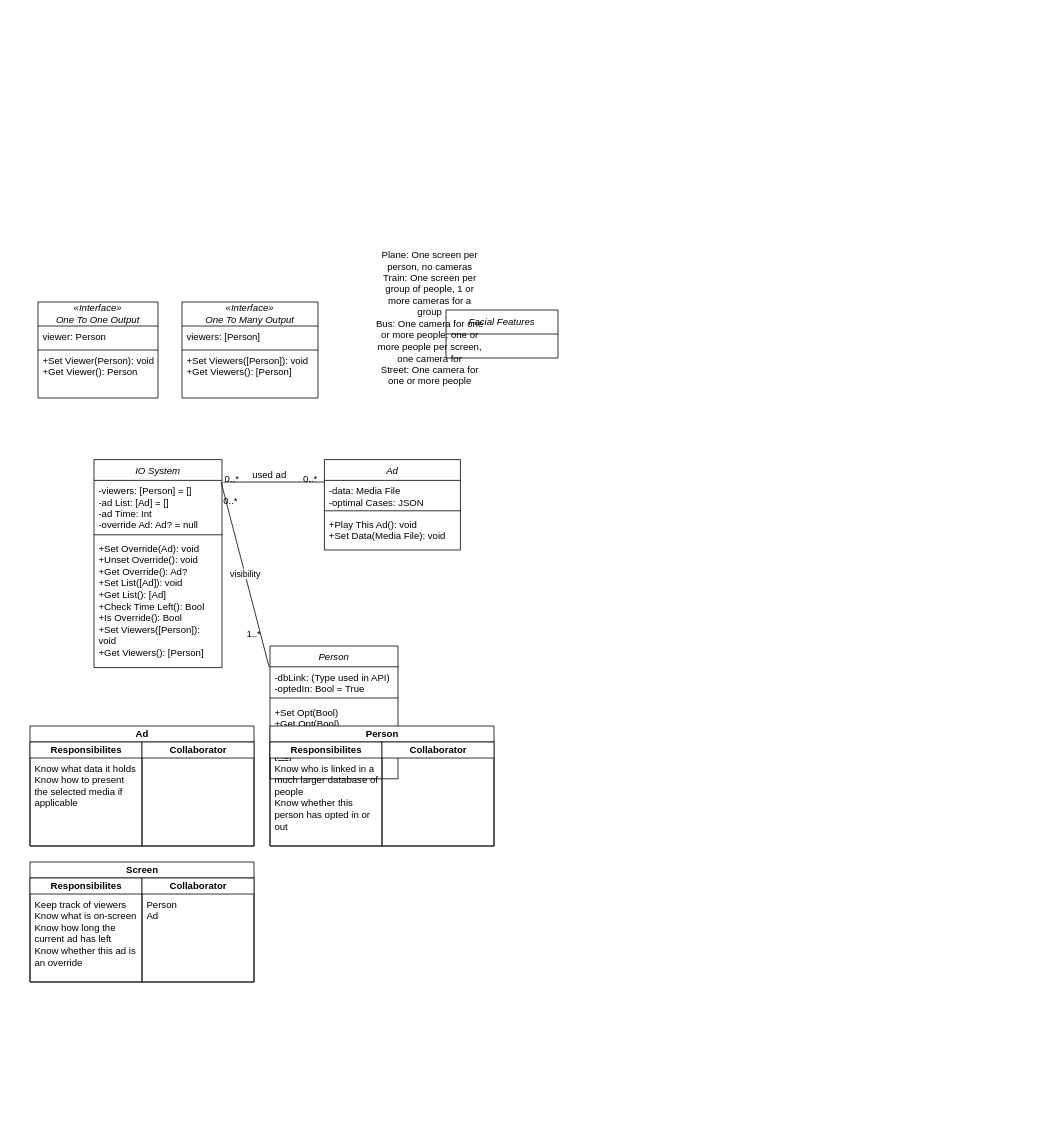
pseud0n/sepp-diagrams keeps this draw.io diagram as page "Page-1" (1 of 2) of class-diagram.drawio. Above is the earlier version. Source tidied: cells renumbered, new cells numbered last; positions are measured from the earlier drawing's top-left corner, leaving out a move shared by most shapes. Both pictures are drawn from the tidied source at 80%, with x=0, y=0 at pixel (30, 254).
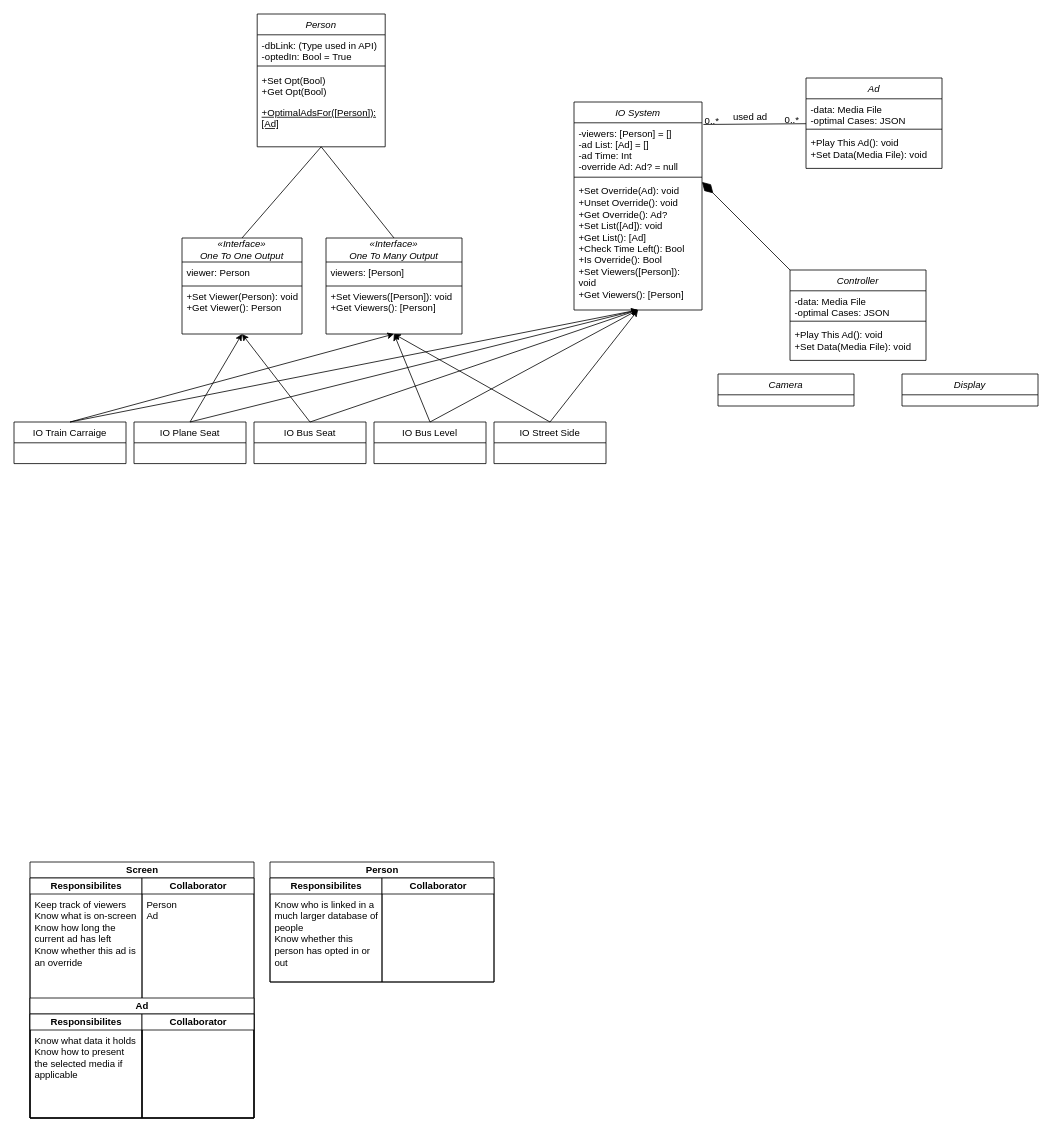
After the change.

Unchanged cells that the change refers to:
```xml
<mxCell id="5" value="+Set Override(Ad): void&lt;br&gt;&lt;div&gt;+Unset Override(): void&lt;/div&gt;&lt;div&gt;+Get Override(): Ad?&lt;br&gt;&lt;/div&gt;&lt;div&gt;+Set List([Ad]): void&lt;/div&gt;&lt;div&gt;+Get List(): [Ad]&lt;/div&gt;&lt;div&gt;+Check Time Left(): Bool&lt;/div&gt;&lt;div&gt;+Is Override(): Bool&lt;/div&gt;&lt;div&gt;&lt;div&gt;+Set Viewers([Person]): void&lt;/div&gt;+Get Viewers(): [Person]&lt;/div&gt;" style="text;html=1;strokeColor=none;fillColor=none;align=left;verticalAlign=top;whiteSpace=wrap;rounded=0;spacingLeft=4;spacingRight=4;" parent="2" vertex="1">
  <mxGeometry y="98" width="160" height="162" as="geometry" />
</mxCell>
<mxCell id="37" value="&lt;div&gt;&lt;div&gt;+Set Viewer(Person): void&lt;/div&gt;+Get Viewer(): Person&lt;/div&gt;" style="text;html=1;strokeColor=none;fillColor=none;align=left;verticalAlign=top;whiteSpace=wrap;rounded=0;fontFamily=Helvetica;fontSize=12;fontColor=default;spacingLeft=4;spacingRight=4;" parent="35" vertex="1">
  <mxGeometry y="60" width="150" height="60" as="geometry" />
</mxCell>
<mxCell id="43" value="&lt;div&gt;&lt;div&gt;+Set Viewers([Person]): void&lt;/div&gt;+Get Viewers(): [Person]&lt;/div&gt;" style="text;html=1;strokeColor=none;fillColor=none;align=left;verticalAlign=top;whiteSpace=wrap;rounded=0;fontFamily=Helvetica;fontSize=12;fontColor=default;spacingLeft=4;spacingRight=4;" parent="41" vertex="1">
  <mxGeometry y="60" width="170" height="60" as="geometry" />
</mxCell>
```

Change to the diagram source:
```diff
@@
     <mxCell id="2" value="IO System" style="swimlane;fontStyle=2;align=center;verticalAlign=top;horizontal=1;startSize=26;rounded=0;shadow=0;strokeWidth=1;" parent="1" vertex="1">
-      <mxGeometry x="80" y="257" width="160" height="260" as="geometry" />
+      <mxGeometry x="680" y="-190" width="160" height="260" as="geometry" />
     </mxCell>
@@
     <mxCell id="6" value="Ad" style="swimlane;fontStyle=2;align=center;verticalAlign=top;horizontal=1;startSize=26;rounded=0;shadow=0;strokeWidth=1;" parent="1" vertex="1">
-      <mxGeometry x="368" y="257" width="170" height="113" as="geometry" />
+      <mxGeometry x="970" y="-220" width="170" height="113" as="geometry" />
     </mxCell>
@@
-    <mxCell id="10" style="endArrow=none;shadow=0;strokeWidth=1;rounded=0;endFill=0;edgeStyle=elbowEdgeStyle;elbow=vertical;exitX=1.011;exitY=0.108;exitDx=0;exitDy=0;exitPerimeter=0;" parent="1" edge="1" source="2" target="6">
+    <mxCell id="10" style="endArrow=none;shadow=0;strokeWidth=1;rounded=0;endFill=0;elbow=vertical;exitX=1.011;exitY=0.108;exitDx=0;exitDy=0;exitPerimeter=0;" parent="1" edge="1" source="2" target="6">
       <mxGeometry x="0.5" y="41" relative="1" as="geometry">
         <mxPoint x="-40" y="32" as="offset" />
       </mxGeometry>
     </mxCell>
@@
     <mxCell id="14" value="Person" style="swimlane;fontStyle=2;align=center;verticalAlign=top;horizontal=1;startSize=26;rounded=0;shadow=0;strokeWidth=1;" parent="1" vertex="1">
-      <mxGeometry x="300" y="490" width="160" height="166" as="geometry" />
+      <mxGeometry x="284" y="-300" width="160" height="166" as="geometry" />
     </mxCell>
@@
-    <mxCell id="19" value="visibility" style="endArrow=none;html=1;rounded=0;exitX=0.993;exitY=0.108;exitDx=0;exitDy=0;exitPerimeter=0;entryX=-0.007;entryY=0.158;entryDx=0;entryDy=0;entryPerimeter=0;elbow=vertical;endFill=0;" parent="1" edge="1" source="2" target="14">
-      <mxGeometry relative="1" as="geometry" />
-    </mxCell>
-    <mxCell id="20" value="0..*" style="align=left;verticalAlign=bottom;labelBackgroundColor=none;fontSize=12;" parent="1" vertex="1">
-      <mxGeometry x="240" y="317" as="geometry" />
-    </mxCell>
-    <mxCell id="21" value="1..*" style="text;html=1;strokeColor=none;fillColor=none;align=center;verticalAlign=middle;whiteSpace=wrap;rounded=0;" parent="1" vertex="1">
-      <mxGeometry x="270" y="460" width="20" height="30" as="geometry" />
-    </mxCell>
-    <mxCell id="22" value="Ad" style="swimlane;startSize=20;html=1;" parent="1" vertex="1">
-      <mxGeometry y="590" width="280" height="150" as="geometry" />
-    </mxCell>
-    <mxCell id="23" value="Responsibilites" style="swimlane;startSize=20;html=1;" parent="22" vertex="1">
-      <mxGeometry y="20" width="140" height="130" as="geometry" />
-    </mxCell>
-    <mxCell id="24" value="Collaborator" style="swimlane;startSize=20;html=1;swimlaneLine=1;gradientColor=none;fillColor=default;" parent="22" vertex="1">
-      <mxGeometry x="140" y="20" width="140" height="130" as="geometry" />
-    </mxCell>
-    <mxCell id="25" value="&lt;div&gt;Know what data it holds&lt;/div&gt;&lt;div&gt;Know how to present the selected media if applicable&lt;br&gt;&lt;/div&gt;" style="text;html=1;strokeColor=none;fillColor=none;align=left;verticalAlign=top;whiteSpace=wrap;rounded=0;spacingLeft=4;spacingRight=4;" parent="1" vertex="1">
-      <mxGeometry y="630" width="140" height="110" as="geometry" />
-    </mxCell>
     <mxCell id="26" value="Person" style="swimlane;startSize=20;html=1;" parent="1" vertex="1">
-      <mxGeometry x="300" y="590" width="280" height="150" as="geometry" />
+      <mxGeometry x="300" y="760" width="280" height="150" as="geometry" />
     </mxCell>
@@
     <mxCell id="30" value="Screen" style="swimlane;startSize=20;html=1;" parent="1" vertex="1">
-      <mxGeometry y="760" width="280" height="150" as="geometry" />
+      <mxGeometry y="760" width="280" height="320" as="geometry" />
     </mxCell>
     <mxCell id="31" value="Responsibilites" style="swimlane;startSize=20;html=1;" parent="30" vertex="1">
-      <mxGeometry y="20" width="140" height="130" as="geometry" />
+      <mxGeometry y="20" width="140" height="300" as="geometry" />
     </mxCell>
     <mxCell id="32" value="Collaborator" style="swimlane;startSize=20;html=1;swimlaneLine=1;gradientColor=none;fillColor=default;" parent="30" vertex="1">
-      <mxGeometry x="140" y="20" width="140" height="130" as="geometry" />
+      <mxGeometry x="140" y="20" width="140" height="300" as="geometry" />
     </mxCell>
@@
+    <mxCell id="45" style="group;" parent="32" vertex="1">
+      <mxGeometry x="-140" y="150" width="280" height="150" as="geometry" />
+    </mxCell>
+    <mxCell id="22" value="Ad" style="swimlane;startSize=20;html=1;" parent="45" vertex="1">
+      <mxGeometry width="280" height="150" as="geometry" />
+    </mxCell>
+    <mxCell id="23" value="Responsibilites" style="swimlane;startSize=20;html=1;" parent="22" vertex="1">
+      <mxGeometry y="20" width="140" height="130" as="geometry" />
+    </mxCell>
+    <mxCell id="24" value="Collaborator" style="swimlane;startSize=20;html=1;swimlaneLine=1;gradientColor=none;fillColor=default;" parent="22" vertex="1">
+      <mxGeometry x="140" y="20" width="140" height="130" as="geometry" />
+    </mxCell>
+    <mxCell id="25" value="&lt;div&gt;Know what data it holds&lt;/div&gt;&lt;div&gt;Know how to present the selected media if applicable&lt;br&gt;&lt;/div&gt;" style="text;html=1;strokeColor=none;fillColor=none;align=left;verticalAlign=top;whiteSpace=wrap;rounded=0;spacingLeft=4;spacingRight=4;" parent="45" vertex="1">
+      <mxGeometry y="40" width="140" height="110" as="geometry" />
+    </mxCell>
@@
     <mxCell id="35" value="«Interface»&lt;br&gt;&lt;div&gt;One To One Output&lt;br&gt;&lt;/div&gt;" style="swimlane;fontStyle=2;horizontal=1;startSize=30;whiteSpace=wrap;html=1;" parent="1" vertex="1">
-      <mxGeometry x="10" y="60" width="150" height="120" as="geometry" />
+      <mxGeometry x="190" y="-20" width="150" height="120" as="geometry" />
     </mxCell>
@@
-    <mxCell id="39" value="Facial Features" style="swimlane;fontStyle=2;horizontal=1;startSize=30;whiteSpace=wrap;html=1;" parent="1" vertex="1">
-      <mxGeometry x="520" y="70" width="140" height="60" as="geometry" />
-    </mxCell>
-    <mxCell id="40" value="&lt;div&gt;Plane: One screen per person, no cameras&lt;/div&gt;&lt;div&gt;Train: One screen per group of people, 1 or more cameras for a group&lt;/div&gt;&lt;div&gt;Bus: One camera for one or more people, one or more people per screen, one camera for &lt;br&gt;&lt;/div&gt;&lt;div&gt;Street: One camera for one or more people&lt;br&gt;&lt;/div&gt;" style="text;html=1;strokeColor=none;fillColor=none;align=center;verticalAlign=middle;whiteSpace=wrap;rounded=0;" parent="1" vertex="1">
-      <mxGeometry x="430" width="140" height="160" as="geometry" />
-    </mxCell>
     <mxCell id="41" value="«Interface»&lt;br&gt;&lt;div&gt;One To Many Output&lt;br&gt;&lt;/div&gt;" style="swimlane;fontStyle=2;horizontal=1;startSize=30;whiteSpace=wrap;html=1;" parent="1" vertex="1">
-      <mxGeometry x="190" y="60" width="170" height="120" as="geometry" />
+      <mxGeometry x="370" y="-20" width="170" height="120" as="geometry" />
     </mxCell>
@@
+    <mxCell id="46" value="IO Train Carraige" style="swimlane;fontStyle=0;horizontal=1;startSize=26;fillColor=none;" parent="1" vertex="1">
+      <mxGeometry x="-20" y="210" width="140" height="52" as="geometry" />
+    </mxCell>
+    <mxCell id="47" value="IO Plane Seat" style="swimlane;fontStyle=0;horizontal=1;startSize=26;fillColor=none;" parent="1" vertex="1">
+      <mxGeometry x="130" y="210" width="140" height="52" as="geometry" />
+    </mxCell>
+    <mxCell id="48" value="IO Bus Seat" style="swimlane;fontStyle=0;horizontal=1;startSize=26;fillColor=none;" parent="1" vertex="1">
+      <mxGeometry x="280" y="210" width="140" height="52" as="geometry" />
+    </mxCell>
+    <mxCell id="49" value="IO Bus Level" style="swimlane;fontStyle=0;horizontal=1;startSize=26;fillColor=none;" parent="1" vertex="1">
+      <mxGeometry x="430" y="210" width="140" height="52" as="geometry" />
+    </mxCell>
+    <mxCell id="50" value="IO Street Side" style="swimlane;fontStyle=0;horizontal=1;startSize=26;fillColor=none;" parent="1" vertex="1">
+      <mxGeometry x="580" y="210" width="140" height="52" as="geometry" />
+    </mxCell>
+    <mxCell id="51" style="endArrow=classic;html=1;rounded=0;exitX=0.5;exitY=0;exitDx=0;exitDy=0;entryX=0.5;entryY=1;entryDx=0;entryDy=0;" parent="1" edge="1" source="48" target="37">
+      <mxGeometry relative="1" as="geometry" />
+    </mxCell>
+    <mxCell id="52" style="endArrow=classic;html=1;rounded=0;exitX=0.5;exitY=0;exitDx=0;exitDy=0;entryX=0.5;entryY=1;entryDx=0;entryDy=0;" parent="1" edge="1" source="47" target="37">
+      <mxGeometry relative="1" as="geometry" />
+    </mxCell>
+    <mxCell id="53" style="endArrow=classic;html=1;rounded=0;exitX=0.5;exitY=0;exitDx=0;exitDy=0;entryX=0.5;entryY=1;entryDx=0;entryDy=0;" parent="1" edge="1" source="49" target="43">
+      <mxGeometry relative="1" as="geometry" />
+    </mxCell>
+    <mxCell id="54" style="endArrow=classic;html=1;rounded=0;exitX=0.5;exitY=0;exitDx=0;exitDy=0;entryX=0.5;entryY=1;entryDx=0;entryDy=0;" parent="1" edge="1" source="50" target="43">
+      <mxGeometry relative="1" as="geometry" />
+    </mxCell>
+    <mxCell id="55" style="endArrow=classic;html=1;rounded=0;exitX=0.5;exitY=0;exitDx=0;exitDy=0;entryX=0.5;entryY=1;entryDx=0;entryDy=0;" parent="1" edge="1" source="46" target="43">
+      <mxGeometry relative="1" as="geometry" />
+    </mxCell>
+    <mxCell id="56" style="endArrow=classic;html=1;rounded=0;exitX=0.5;exitY=0;exitDx=0;exitDy=0;entryX=0.5;entryY=1;entryDx=0;entryDy=0;" parent="1" edge="1" source="50" target="5">
+      <mxGeometry relative="1" as="geometry" />
+    </mxCell>
+    <mxCell id="57" style="endArrow=classic;html=1;rounded=0;exitX=0.5;exitY=0;exitDx=0;exitDy=0;entryX=0.5;entryY=1;entryDx=0;entryDy=0;" parent="1" edge="1" source="49" target="5">
+      <mxGeometry relative="1" as="geometry" />
+    </mxCell>
+    <mxCell id="58" style="endArrow=classic;html=1;rounded=0;exitX=0.5;exitY=0;exitDx=0;exitDy=0;entryX=0.5;entryY=1;entryDx=0;entryDy=0;" parent="1" edge="1" source="48" target="2">
+      <mxGeometry relative="1" as="geometry" />
+    </mxCell>
+    <mxCell id="59" style="endArrow=classic;html=1;rounded=0;exitX=0.5;exitY=0;exitDx=0;exitDy=0;" parent="1" edge="1" source="47">
+      <mxGeometry relative="1" as="geometry">
+        <mxPoint x="760" y="70" as="targetPoint" />
+      </mxGeometry>
+    </mxCell>
+    <mxCell id="60" style="endArrow=classic;html=1;rounded=0;exitX=0.5;exitY=0;exitDx=0;exitDy=0;" parent="1" edge="1" source="46">
+      <mxGeometry relative="1" as="geometry">
+        <mxPoint x="760" y="70" as="targetPoint" />
+      </mxGeometry>
+    </mxCell>
+    <mxCell id="61" style="endArrow=none;html=1;rounded=0;exitX=0.5;exitY=0;exitDx=0;exitDy=0;entryX=0.5;entryY=1;entryDx=0;entryDy=0;" parent="1" edge="1" source="41" target="14">
+      <mxGeometry relative="1" as="geometry" />
+    </mxCell>
+    <mxCell id="62" style="endArrow=none;html=1;rounded=0;exitX=0.5;exitY=0;exitDx=0;exitDy=0;entryX=0.5;entryY=1;entryDx=0;entryDy=0;" parent="1" edge="1" source="35" target="14">
+      <mxGeometry relative="1" as="geometry" />
+    </mxCell>
+    <mxCell id="63" value="Controller" style="swimlane;fontStyle=2;align=center;verticalAlign=top;horizontal=1;startSize=26;rounded=0;shadow=0;strokeWidth=1;" parent="1" vertex="1">
+      <mxGeometry x="950" y="20" width="170" height="113" as="geometry" />
+    </mxCell>
+    <mxCell id="64" value="-data: Media File&#10;-optimal Cases: JSON&#10;" style="text;align=left;verticalAlign=top;spacingLeft=4;spacingRight=4;overflow=hidden;" parent="63" vertex="1">
+      <mxGeometry y="26" width="170" height="34" as="geometry" />
+    </mxCell>
+    <mxCell id="65" style="line;html=1;strokeWidth=1;align=left;verticalAlign=middle;spacingTop=-1;spacingLeft=3;spacingRight=3;labelPosition=right;" parent="63" vertex="1">
+      <mxGeometry y="60" width="170" height="8" as="geometry" />
+    </mxCell>
+    <mxCell id="66" value="+Play This Ad(): void&#10;+Set Data(Media File): void&#10;" style="text;align=left;verticalAlign=top;spacingLeft=4;spacingRight=4;overflow=hidden;" parent="63" vertex="1">
+      <mxGeometry y="68" width="170" height="42" as="geometry" />
+    </mxCell>
+    <mxCell id="67" value="Camera" style="swimlane;fontStyle=2;align=center;verticalAlign=top;horizontal=1;startSize=26;rounded=0;shadow=0;strokeWidth=1;" parent="1" vertex="1">
+      <mxGeometry x="860" y="150" width="170" height="40" as="geometry" />
+    </mxCell>
+    <mxCell id="68" value="Display" style="swimlane;fontStyle=2;align=center;verticalAlign=top;horizontal=1;startSize=26;rounded=0;shadow=0;strokeWidth=1;" parent="1" vertex="1">
+      <mxGeometry x="1090" y="150" width="170" height="40" as="geometry" />
+    </mxCell>
+    <mxCell id="69" style="endArrow=none;html=1;rounded=0;entryX=0;entryY=0;entryDx=0;entryDy=0;startArrow=diamondThin;startFill=1;startSize=17;" parent="1" edge="1" target="63">
+      <mxGeometry relative="1" as="geometry">
+        <mxPoint x="840" y="-90" as="sourcePoint" />
+      </mxGeometry>
+    </mxCell>
```
